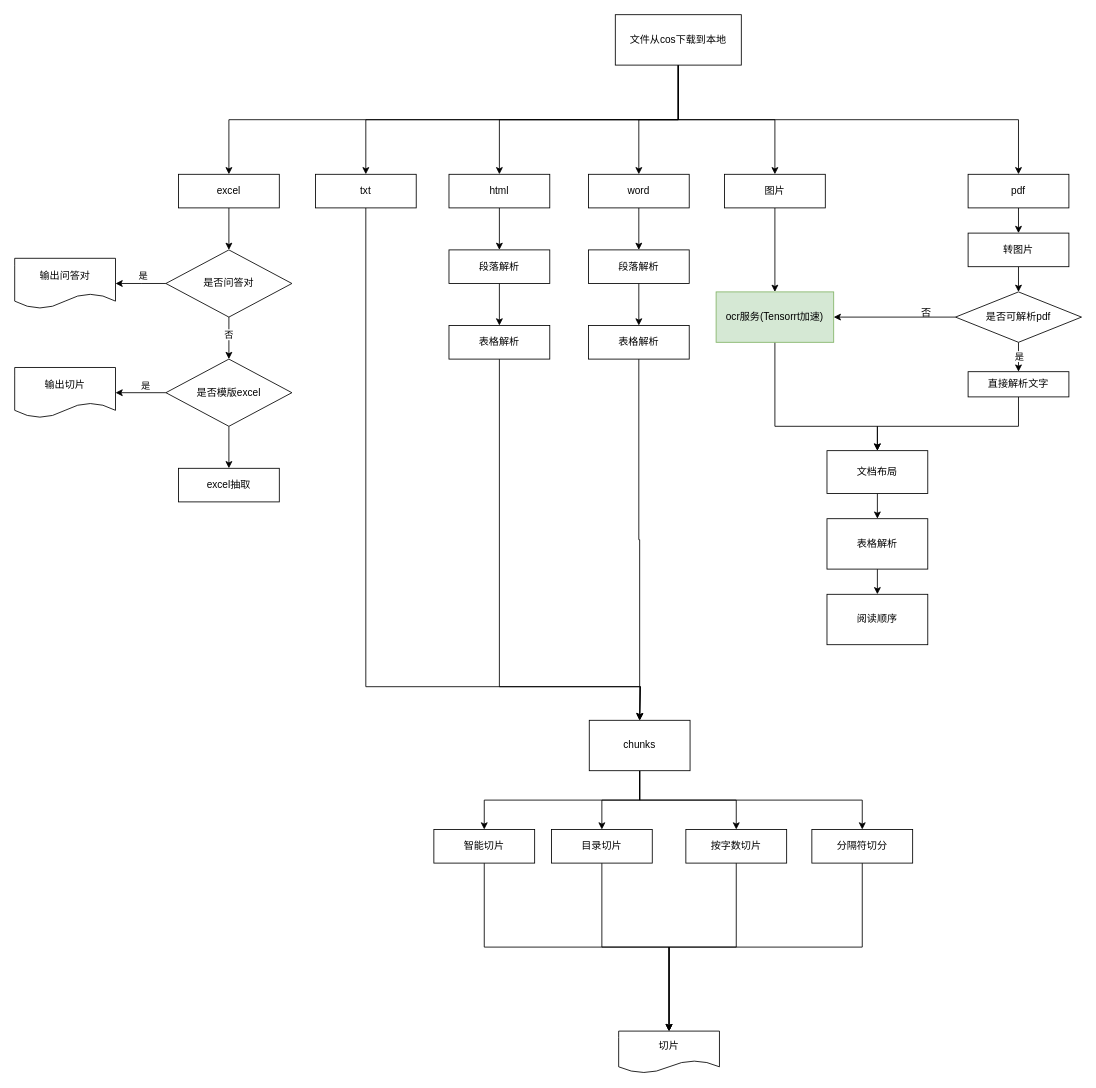
archwolf118/AI keeps this draw.io diagram as 知识库二期文档处理切片流程.drawio. Above is the earlier version. Source tidied: cells renumbered, new cells numbered last; positions are measured from the earlier drawing's top-left corner, leaving out a move shared by most shapes. Both pictures are drawn from the tidied source at 84%, with x=0, y=0 at pixel (14, 14).
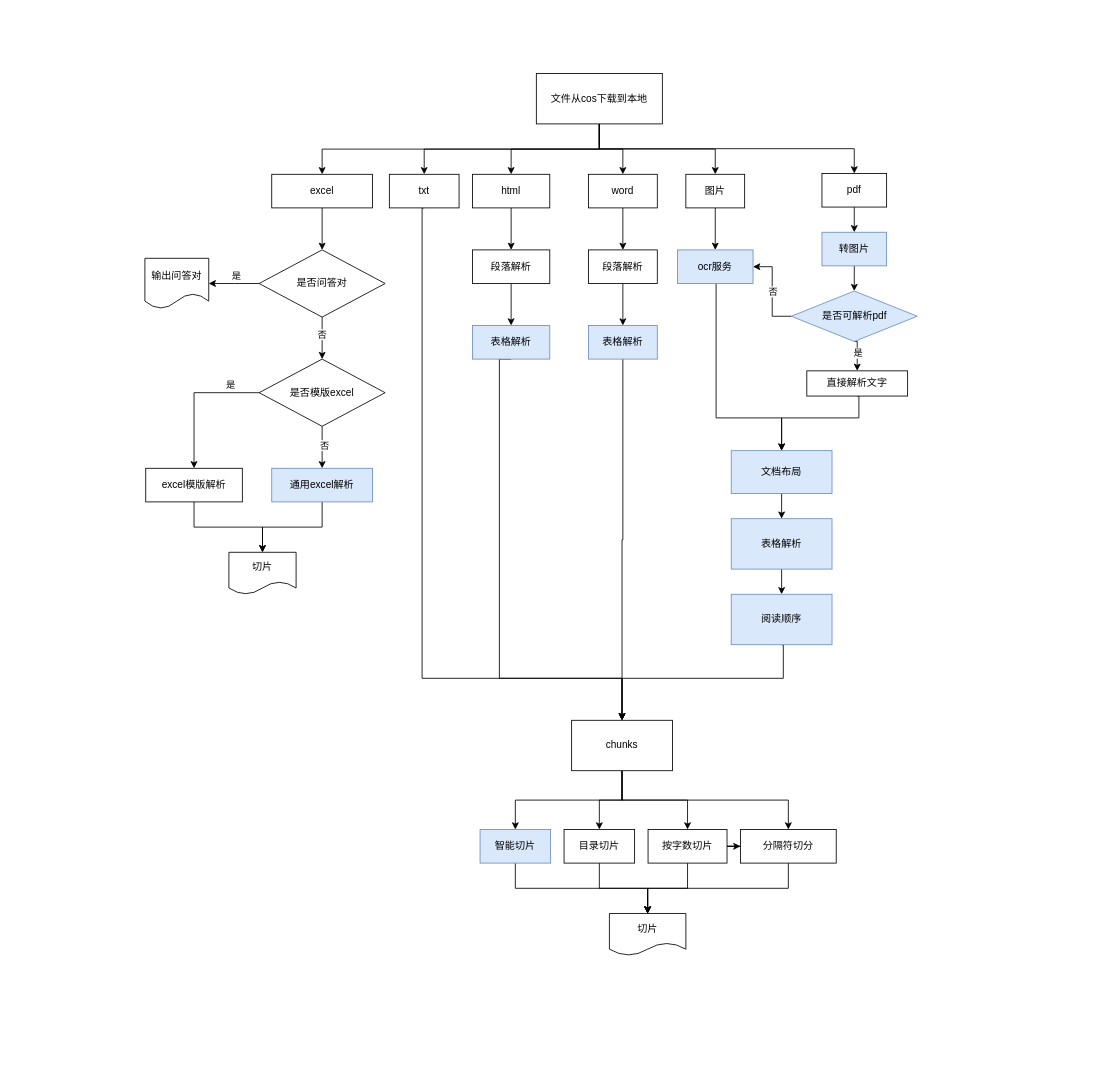
The same page after the edit.

Commit message:
Update 知识库二期文档处理切片流程.drawio

The change refers to these unchanged cells:
```xml
<mxCell id="61" style="edgeStyle=orthogonalEdgeStyle;rounded=0;jettySize=auto;html=1;exitX=0;exitY=0.5;exitDx=0;exitDy=0;entryX=1;entryY=0.5;entryDx=0;entryDy=0;" parent="1" edge="1" source="62" target="27">
  <mxGeometry relative="1" as="geometry" />
</mxCell>
<mxCell id="68" style="edgeStyle=orthogonalEdgeStyle;rounded=0;jettySize=auto;html=1;exitX=0.5;exitY=1;exitDx=0;exitDy=0;entryX=0.5;entryY=0;entryDx=0;entryDy=0;" parent="1" edge="1" source="69" target="42">
  <mxGeometry relative="1" as="geometry" />
</mxCell>
```

The edit, as a diff of the source:
```diff
@@
     <mxCell id="8" value="文件从cos下载到本地" style="rounded=0;whiteSpace=wrap;html=1;" parent="1" vertex="1">
-      <mxGeometry x="715" width="150" height="60" as="geometry" />
+      <mxGeometry x="621" y="70" width="150" height="60" as="geometry" />
     </mxCell>
@@
     <mxCell id="10" value="excel" style="rounded=0;whiteSpace=wrap;html=1;" parent="1" vertex="1">
-      <mxGeometry x="195" y="190" width="120" height="40" as="geometry" />
+      <mxGeometry x="306" y="190" width="120" height="40" as="geometry" />
     </mxCell>
@@
     <mxCell id="12" value="pdf" style="rounded=0;whiteSpace=wrap;html=1;" parent="1" vertex="1">
-      <mxGeometry x="1135" y="190" width="120" height="40" as="geometry" />
+      <mxGeometry x="961" y="189" width="77" height="40" as="geometry" />
     </mxCell>
@@
-    <mxCell id="14" value="转图片" style="rounded=0;whiteSpace=wrap;html=1;" parent="1" vertex="1">
-      <mxGeometry x="1135" y="260" width="120" height="40" as="geometry" />
+    <mxCell id="14" value="转图片" style="rounded=0;whiteSpace=wrap;html=1;fillColor=#dae8fc;strokeColor=#6c8ebf;" parent="1" vertex="1">
+      <mxGeometry x="961" y="259" width="77" height="40" as="geometry" />
     </mxCell>
     <mxCell id="15" style="edgeStyle=orthogonalEdgeStyle;rounded=0;jettySize=auto;html=1;exitX=0.5;exitY=1;exitDx=0;exitDy=0;entryX=0.5;entryY=0;entryDx=0;entryDy=0;" parent="1" edge="1" source="16" target="36">
       <mxGeometry relative="1" as="geometry">
         <Array as="points">
-          <mxPoint x="418" y="800" />
-          <mxPoint x="745" y="800" />
-          <mxPoint x="745" y="840" />
+          <mxPoint x="485" y="230" />
+          <mxPoint x="485" y="790" />
+          <mxPoint x="723" y="790" />
         </Array>
       </mxGeometry>
     </mxCell>
     <mxCell id="16" value="txt" style="rounded=0;whiteSpace=wrap;html=1;" parent="1" vertex="1">
-      <mxGeometry x="358" y="190" width="120" height="40" as="geometry" />
+      <mxGeometry x="446" y="190" width="83" height="40" as="geometry" />
     </mxCell>
@@
     <mxCell id="18" value="word" style="rounded=0;whiteSpace=wrap;html=1;" parent="1" vertex="1">
-      <mxGeometry x="683" y="190" width="120" height="40" as="geometry" />
+      <mxGeometry x="683" y="190" width="82" height="40" as="geometry" />
     </mxCell>
@@
     <mxCell id="20" value="图片" style="rounded=0;whiteSpace=wrap;html=1;" parent="1" vertex="1">
-      <mxGeometry x="845" y="190" width="120" height="40" as="geometry" />
+      <mxGeometry x="799" y="190" width="70" height="40" as="geometry" />
     </mxCell>
@@
-    <mxCell id="22" value="文档布局" style="rounded=0;whiteSpace=wrap;html=1;" parent="1" vertex="1">
-      <mxGeometry x="967" y="519" width="120" height="51" as="geometry" />
+    <mxCell id="22" value="文档布局" style="rounded=0;whiteSpace=wrap;html=1;fillColor=#dae8fc;strokeColor=#6c8ebf;" parent="1" vertex="1">
+      <mxGeometry x="853" y="519" width="120" height="51" as="geometry" />
     </mxCell>
@@
-    <mxCell id="24" value="表格解析" style="rounded=0;whiteSpace=wrap;html=1;" parent="1" vertex="1">
-      <mxGeometry x="967" y="600" width="120" height="60" as="geometry" />
+    <mxCell id="24" value="表格解析" style="rounded=0;whiteSpace=wrap;html=1;fillColor=#dae8fc;strokeColor=#6c8ebf;" parent="1" vertex="1">
+      <mxGeometry x="853" y="600" width="120" height="60" as="geometry" />
     </mxCell>
+    <mxCell id="71" style="edgeStyle=orthogonalEdgeStyle;rounded=0;jettySize=auto;html=1;exitX=0.5;exitY=1;exitDx=0;exitDy=0;" parent="1" edge="1" source="25" target="36">
+      <mxGeometry relative="1" as="geometry">
+        <Array as="points">
+          <mxPoint x="915" y="750" />
+          <mxPoint x="915" y="790" />
+          <mxPoint x="723" y="790" />
+        </Array>
+      </mxGeometry>
+    </mxCell>
-    <mxCell id="25" value="阅读顺序" style="rounded=0;whiteSpace=wrap;html=1;" parent="1" vertex="1">
-      <mxGeometry x="967" y="690" width="120" height="60" as="geometry" />
+    <mxCell id="25" value="阅读顺序" style="rounded=0;whiteSpace=wrap;html=1;fillColor=#dae8fc;strokeColor=#6c8ebf;" parent="1" vertex="1">
+      <mxGeometry x="853" y="690" width="120" height="60" as="geometry" />
     </mxCell>
     <mxCell id="26" style="edgeStyle=orthogonalEdgeStyle;rounded=0;jettySize=auto;html=1;exitX=0.5;exitY=1;exitDx=0;exitDy=0;entryX=0.5;entryY=0;entryDx=0;entryDy=0;" parent="1" edge="1" source="27" target="22">
       <mxGeometry relative="1" as="geometry">
         <Array as="points">
-          <mxPoint x="905" y="490" />
-          <mxPoint x="1027" y="490" />
+          <mxPoint x="835" y="480" />
+          <mxPoint x="913" y="480" />
         </Array>
       </mxGeometry>
     </mxCell>
-    <mxCell id="27" value="ocr服务(Tensorrt加速)" style="rounded=0;whiteSpace=wrap;html=1;fillColor=#d5e8d4;strokeColor=#82b366;" parent="1" vertex="1">
-      <mxGeometry x="835" y="330" width="140" height="60" as="geometry" />
+    <mxCell id="27" value="ocr服务" style="rounded=0;whiteSpace=wrap;html=1;fillColor=#dae8fc;strokeColor=#6c8ebf;" parent="1" vertex="1">
+      <mxGeometry x="789" y="280" width="90" height="40" as="geometry" />
     </mxCell>
@@
     <mxCell id="29" value="段落解析" style="rounded=0;whiteSpace=wrap;html=1;" parent="1" vertex="1">
-      <mxGeometry x="683" y="280" width="120" height="40" as="geometry" />
+      <mxGeometry x="683" y="280" width="82" height="40" as="geometry" />
     </mxCell>
@@
-    <mxCell id="31" value="表格解析" style="rounded=0;whiteSpace=wrap;html=1;" parent="1" vertex="1">
-      <mxGeometry x="683" y="370" width="120" height="40" as="geometry" />
+    <mxCell id="31" value="表格解析" style="rounded=0;whiteSpace=wrap;html=1;fillColor=#dae8fc;strokeColor=#6c8ebf;" parent="1" vertex="1">
+      <mxGeometry x="683" y="370" width="82" height="40" as="geometry" />
     </mxCell>
@@
     <mxCell id="36" value="chunks" style="rounded=0;whiteSpace=wrap;html=1;" parent="1" vertex="1">
-      <mxGeometry x="684" y="840" width="120" height="60" as="geometry" />
+      <mxGeometry x="663" y="840" width="120" height="60" as="geometry" />
     </mxCell>
     <mxCell id="37" style="edgeStyle=orthogonalEdgeStyle;rounded=0;jettySize=auto;html=1;exitX=0;exitY=0.5;exitDx=0;exitDy=0;" parent="1" edge="1" source="41">
       <mxGeometry relative="1" as="geometry">
-        <mxPoint x="120" y="320" as="targetPoint" />
+        <mxPoint x="231" y="320" as="targetPoint" />
       </mxGeometry>
     </mxCell>
@@
     <mxCell id="39" style="edgeStyle=orthogonalEdgeStyle;rounded=0;jettySize=auto;html=1;exitX=0.5;exitY=1;exitDx=0;exitDy=0;" parent="1" edge="1" source="41">
       <mxGeometry relative="1" as="geometry">
-        <mxPoint x="255" y="410" as="targetPoint" />
+        <mxPoint x="366" y="410" as="targetPoint" />
       </mxGeometry>
     </mxCell>
@@
     <mxCell id="41" value="是否问答对" style="rhombus;whiteSpace=wrap;html=1;" parent="1" vertex="1">
-      <mxGeometry x="180" y="280" width="150" height="80" as="geometry" />
+      <mxGeometry x="291" y="280" width="150" height="80" as="geometry" />
     </mxCell>
+    <mxCell id="72" style="edgeStyle=orthogonalEdgeStyle;rounded=0;jettySize=auto;html=1;exitX=0.5;exitY=1;exitDx=0;exitDy=0;entryX=0.5;entryY=0;entryDx=0;entryDy=0;" parent="1" edge="1" source="42" target="76">
+      <mxGeometry relative="1" as="geometry" />
+    </mxCell>
-    <mxCell id="42" value="excel抽取" style="rounded=0;whiteSpace=wrap;html=1;" parent="1" vertex="1">
-      <mxGeometry x="195" y="540" width="120" height="40" as="geometry" />
+    <mxCell id="42" value="通用excel解析" style="rounded=0;whiteSpace=wrap;html=1;fillColor=#dae8fc;strokeColor=#6c8ebf;" parent="1" vertex="1">
+      <mxGeometry x="306" y="540" width="120" height="40" as="geometry" />
     </mxCell>
     <mxCell id="43" value="输出问答对" style="shape=document;whiteSpace=wrap;html=1;boundedLbl=1;" parent="1" vertex="1">
-      <mxGeometry y="290" width="120" height="60" as="geometry" />
+      <mxGeometry x="155" y="290" width="76" height="60" as="geometry" />
     </mxCell>
@@
     <mxCell id="45" value="目录切片" style="rounded=0;whiteSpace=wrap;html=1;" parent="1" vertex="1">
-      <mxGeometry x="639" y="970" width="120" height="40" as="geometry" />
+      <mxGeometry x="654" y="970" width="84" height="40" as="geometry" />
     </mxCell>
@@
-    <mxCell id="47" value="智能切片" style="rounded=0;whiteSpace=wrap;html=1;" parent="1" vertex="1">
-      <mxGeometry x="499" y="970" width="120" height="40" as="geometry" />
+    <mxCell id="47" value="智能切片" style="rounded=0;whiteSpace=wrap;html=1;fillColor=#dae8fc;strokeColor=#6c8ebf;" parent="1" vertex="1">
+      <mxGeometry x="554" y="970" width="84" height="40" as="geometry" />
     </mxCell>
@@
+    <mxCell id="73" style="edgeStyle=orthogonalEdgeStyle;rounded=0;jettySize=auto;html=1;" parent="1" edge="1" source="49" target="51">
+      <mxGeometry relative="1" as="geometry" />
+    </mxCell>
     <mxCell id="49" value="按字数切片" style="rounded=0;whiteSpace=wrap;html=1;" parent="1" vertex="1">
-      <mxGeometry x="799" y="970" width="120" height="40" as="geometry" />
+      <mxGeometry x="754" y="970" width="94" height="40" as="geometry" />
     </mxCell>
     <mxCell id="50" style="edgeStyle=orthogonalEdgeStyle;rounded=0;jettySize=auto;html=1;exitX=0.5;exitY=1;exitDx=0;exitDy=0;entryX=0.5;entryY=0;entryDx=0;entryDy=0;" parent="1" edge="1" source="51" target="52">
-      <mxGeometry relative="1" as="geometry" />
+      <mxGeometry relative="1" as="geometry">
+        <Array as="points">
+          <mxPoint x="921" y="1040" />
+          <mxPoint x="754" y="1040" />
+        </Array>
+      </mxGeometry>
     </mxCell>
     <mxCell id="51" value="分隔符切分" style="rounded=0;whiteSpace=wrap;html=1;" parent="1" vertex="1">
-      <mxGeometry x="949" y="970" width="120" height="40" as="geometry" />
+      <mxGeometry x="864" y="970" width="114" height="40" as="geometry" />
     </mxCell>
     <mxCell id="52" value="切片" style="shape=document;whiteSpace=wrap;html=1;boundedLbl=1;" parent="1" vertex="1">
-      <mxGeometry x="719" y="1210" width="120" height="50" as="geometry" />
+      <mxGeometry x="708" y="1070" width="91" height="50" as="geometry" />
     </mxCell>
@@
     <mxCell id="54" value="html" style="rounded=0;whiteSpace=wrap;html=1;" parent="1" vertex="1">
-      <mxGeometry x="517" y="190" width="120" height="40" as="geometry" />
+      <mxGeometry x="545" y="190" width="92" height="40" as="geometry" />
     </mxCell>
@@
     <mxCell id="56" value="段落解析" style="rounded=0;whiteSpace=wrap;html=1;" parent="1" vertex="1">
-      <mxGeometry x="517" y="280" width="120" height="40" as="geometry" />
+      <mxGeometry x="545" y="280" width="92" height="40" as="geometry" />
     </mxCell>
     <mxCell id="57" style="edgeStyle=orthogonalEdgeStyle;rounded=0;jettySize=auto;html=1;exitX=0.5;exitY=1;exitDx=0;exitDy=0;entryX=0.5;entryY=0;entryDx=0;entryDy=0;" parent="1" edge="1" source="58" target="36">
       <mxGeometry relative="1" as="geometry">
         <Array as="points">
-          <mxPoint x="577" y="800" />
-          <mxPoint x="745" y="800" />
-          <mxPoint x="745" y="840" />
+          <mxPoint x="577" y="410" />
+          <mxPoint x="577" y="790" />
+          <mxPoint x="723" y="790" />
         </Array>
       </mxGeometry>
     </mxCell>
-    <mxCell id="58" value="表格解析" style="rounded=0;whiteSpace=wrap;html=1;" parent="1" vertex="1">
-      <mxGeometry x="517" y="370" width="120" height="40" as="geometry" />
+    <mxCell id="58" value="表格解析" style="rounded=0;whiteSpace=wrap;html=1;fillColor=#dae8fc;strokeColor=#6c8ebf;" parent="1" vertex="1">
+      <mxGeometry x="545" y="370" width="92" height="40" as="geometry" />
     </mxCell>
@@
+    <mxCell id="74" value="否" style="edgeLabel;html=1;align=center;verticalAlign=middle;" parent="61" vertex="1">
+      <mxGeometry y="-1" relative="1" as="geometry" />
+    </mxCell>
-    <mxCell id="62" value="是否可解析pdf" style="rhombus;whiteSpace=wrap;html=1;" parent="1" vertex="1">
-      <mxGeometry x="1120" y="330" width="150" height="60" as="geometry" />
+    <mxCell id="62" value="是否可解析pdf" style="rhombus;whiteSpace=wrap;html=1;fillColor=#dae8fc;strokeColor=#6c8ebf;" parent="1" vertex="1">
+      <mxGeometry x="924.5" y="329" width="150" height="60" as="geometry" />
     </mxCell>
     <mxCell id="63" style="edgeStyle=orthogonalEdgeStyle;rounded=0;jettySize=auto;html=1;exitX=0.5;exitY=1;exitDx=0;exitDy=0;entryX=0.5;entryY=0;entryDx=0;entryDy=0;" parent="1" edge="1" source="64" target="22">
       <mxGeometry relative="1" as="geometry">
         <Array as="points">
-          <mxPoint x="1195" y="490" />
-          <mxPoint x="1027" y="490" />
+          <mxPoint x="1005" y="454" />
+          <mxPoint x="1005" y="480" />
+          <mxPoint x="913" y="480" />
         </Array>
       </mxGeometry>
     </mxCell>
     <mxCell id="64" value="直接解析文字" style="rounded=0;whiteSpace=wrap;html=1;" parent="1" vertex="1">
-      <mxGeometry x="1135" y="425" width="120" height="30" as="geometry" />
+      <mxGeometry x="943" y="424" width="120" height="30" as="geometry" />
     </mxCell>
-    <mxCell id="65" value="否" style="text;html=1;align=center;verticalAlign=middle;strokeColor=none;fillColor=none;" parent="1" vertex="1">
-      <mxGeometry x="1065" y="340" width="40" height="30" as="geometry" />
-    </mxCell>
-    <mxCell id="66" style="edgeStyle=orthogonalEdgeStyle;rounded=0;jettySize=auto;html=1;exitX=0;exitY=0.5;exitDx=0;exitDy=0;entryX=1;entryY=0.5;entryDx=0;entryDy=0;" parent="1" edge="1" source="69" target="70">
+    <mxCell id="66" style="edgeStyle=orthogonalEdgeStyle;rounded=0;jettySize=auto;html=1;exitX=0;exitY=0.5;exitDx=0;exitDy=0;entryX=0.5;entryY=0;entryDx=0;entryDy=0;" parent="1" edge="1" source="69" target="78">
       <mxGeometry relative="1" as="geometry" />
     </mxCell>
     <mxCell id="67" value="是" style="edgeLabel;html=1;align=center;verticalAlign=middle;" parent="66" vertex="1">
       <mxGeometry x="-0.17" y="-3" relative="1" as="geometry">
-        <mxPoint y="-6" as="offset" />
+        <mxPoint x="35" y="-7" as="offset" />
       </mxGeometry>
     </mxCell>
@@
+    <mxCell id="75" value="否" style="edgeLabel;html=1;align=center;verticalAlign=middle;" parent="68" vertex="1">
+      <mxGeometry x="-0.11" y="3" relative="1" as="geometry">
+        <mxPoint x="-1" as="offset" />
+      </mxGeometry>
+    </mxCell>
     <mxCell id="69" value="是否模版excel" style="rhombus;whiteSpace=wrap;html=1;" parent="1" vertex="1">
-      <mxGeometry x="180" y="410" width="150" height="80" as="geometry" />
+      <mxGeometry x="291" y="410" width="150" height="80" as="geometry" />
     </mxCell>
-    <mxCell id="70" value="输出切片" style="shape=document;whiteSpace=wrap;html=1;boundedLbl=1;" parent="1" vertex="1">
-      <mxGeometry y="420" width="120" height="60" as="geometry" />
-    </mxCell>
+    <mxCell id="76" value="切片" style="shape=document;whiteSpace=wrap;html=1;boundedLbl=1;" parent="1" vertex="1">
+      <mxGeometry x="255" y="640" width="80" height="50" as="geometry" />
+    </mxCell>
+    <mxCell id="77" style="edgeStyle=orthogonalEdgeStyle;rounded=0;jettySize=auto;html=1;exitX=0.5;exitY=1;exitDx=0;exitDy=0;entryX=0.5;entryY=0;entryDx=0;entryDy=0;" parent="1" edge="1" source="78" target="76">
+      <mxGeometry relative="1" as="geometry" />
+    </mxCell>
+    <mxCell id="78" value="excel模版解析" style="rounded=0;whiteSpace=wrap;html=1;" parent="1" vertex="1">
+      <mxGeometry x="156" y="540" width="115" height="40" as="geometry" />
+    </mxCell>
```
